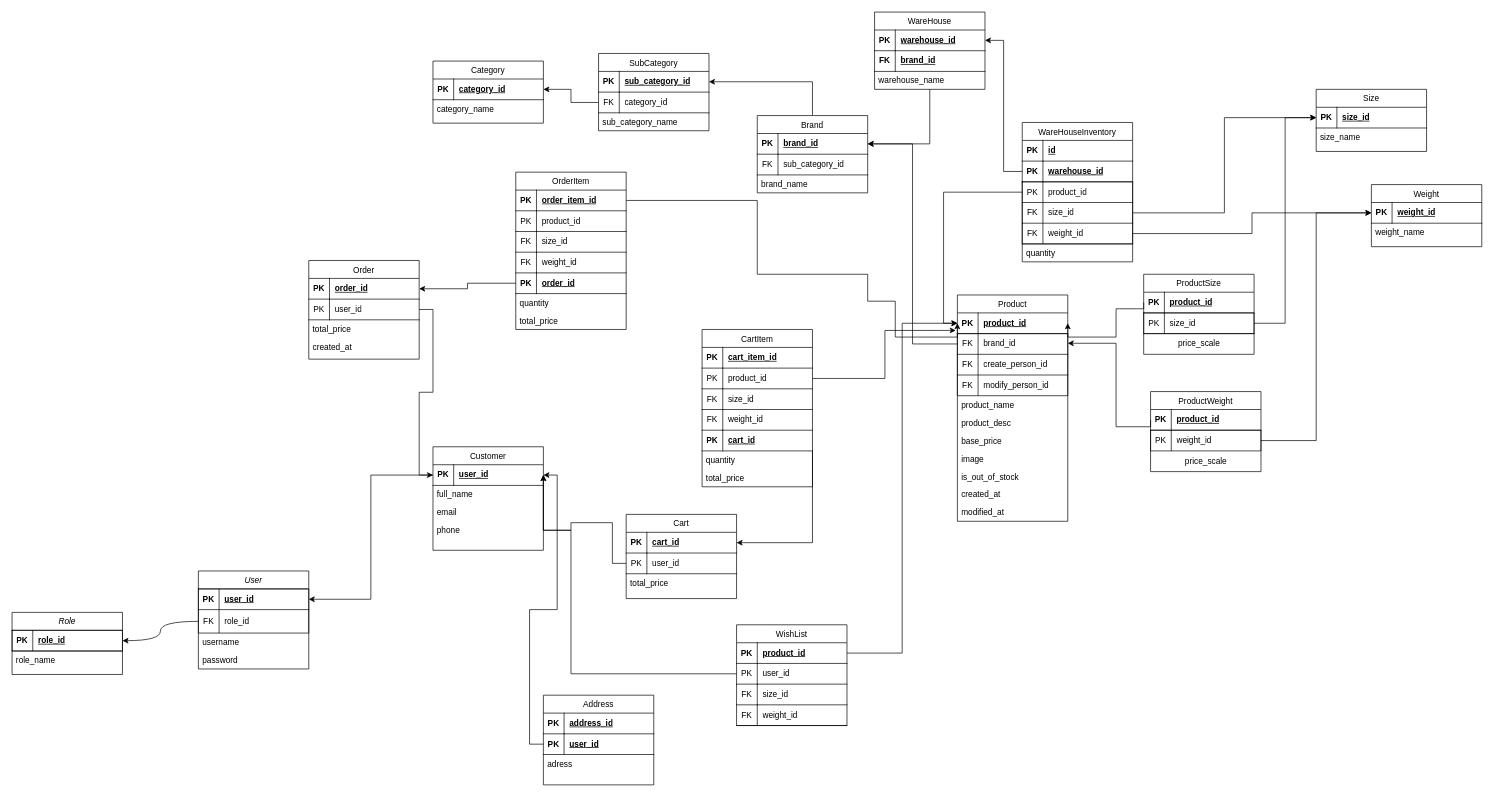
The draw.io diagram e-commerce/E-Commerce.drawio in trungvuu188/E-Commerce, before the edit. Source tidied: cells renumbered, new cells numbered last; positions are measured from the earlier drawing's top-left corner, leaving out a move shared by most shapes. Both pictures are drawn from the tidied source at 69%, with x=0, y=0 at pixel (12, 12).
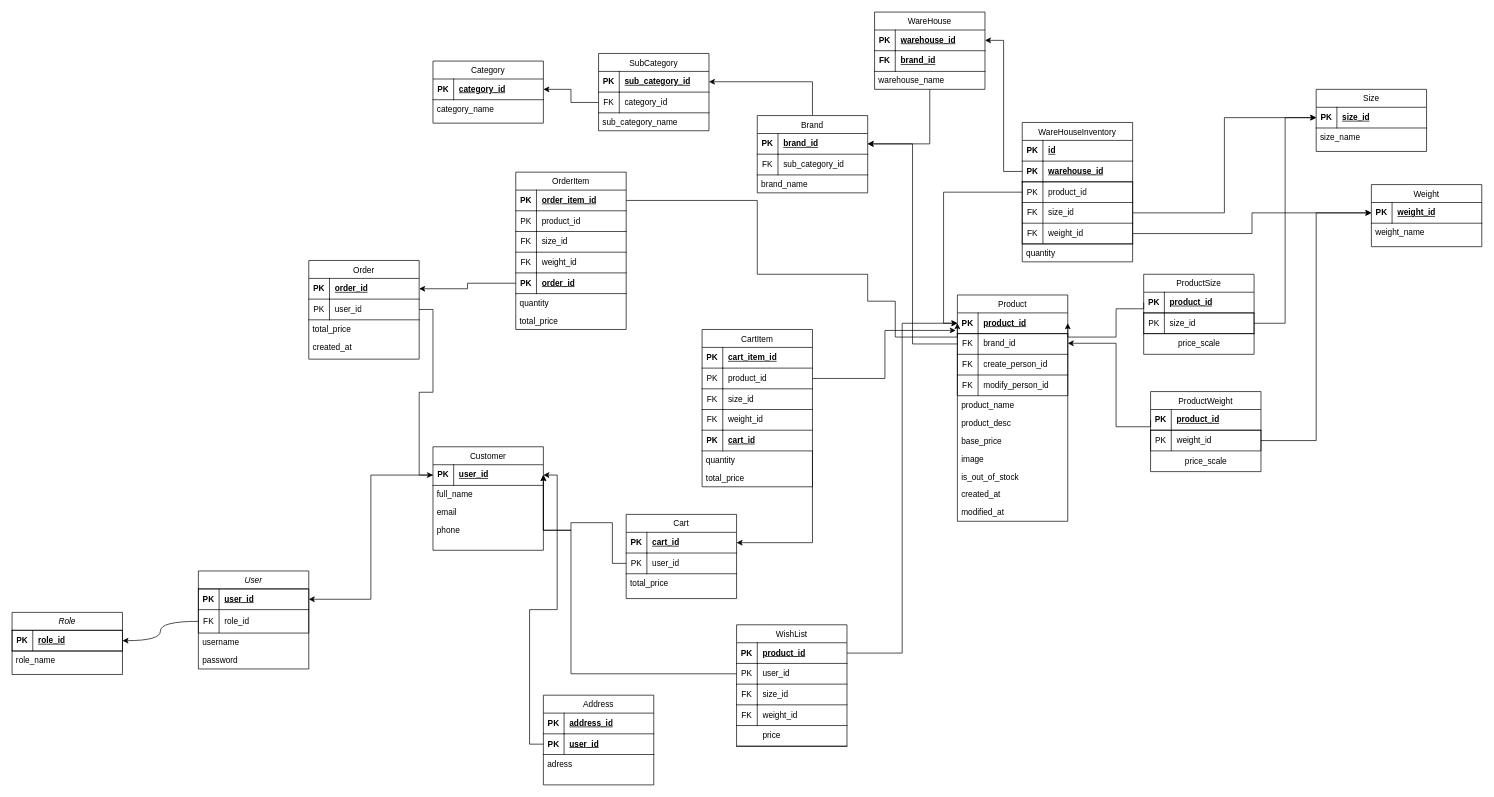
The same page after the edit.

Change to the diagram source:
```diff
@@
     <mxCell id="146" value="WishList" style="swimlane;fontStyle=0;align=center;verticalAlign=top;horizontal=1;startSize=26;rounded=0;shadow=0;strokeWidth=1;" parent="1" vertex="1">
-      <mxGeometry x="1050" y="888" width="160" height="146" as="geometry" />
+      <mxGeometry x="1050" y="888" width="160" height="176" as="geometry" />
     </mxCell>
     <mxCell id="147" style="shape=table;startSize=0;childLayout=tableLayout;rowLines=0;fontStyle=0;align=center;strokeColor=none;fillColor=none;" parent="146" vertex="1">
-      <mxGeometry y="26" width="160" height="120" as="geometry" />
+      <mxGeometry y="26" width="160" height="150" as="geometry" />
     </mxCell>
@@
+    <mxCell id="235" style="shape=tableRow;horizontal=0;startSize=0;swimlaneHead=0;swimlaneBody=0;fillColor=none;top=0;left=0;right=0;bottom=1;swimlaneFillColor=none;" parent="147" vertex="1">
+      <mxGeometry y="120" width="160" height="30" as="geometry" />
+    </mxCell>
+    <mxCell id="236" style="shape=partialRectangle;fillColor=none;top=0;left=0;bottom=0;right=0;fontStyle=0;overflow=hidden;whiteSpace=wrap;html=1;strokeColor=default;" parent="235" vertex="1">
+      <mxGeometry width="30" height="30" as="geometry" />
+    </mxCell>
+    <mxCell id="237" value="price" style="shape=partialRectangle;fillColor=none;top=0;left=0;bottom=0;right=0;align=left;spacingLeft=6;fontStyle=0;overflow=hidden;whiteSpace=wrap;html=1;strokeColor=default;" parent="235" vertex="1">
+      <mxGeometry x="30" width="130" height="30" as="geometry" />
+    </mxCell>
```
